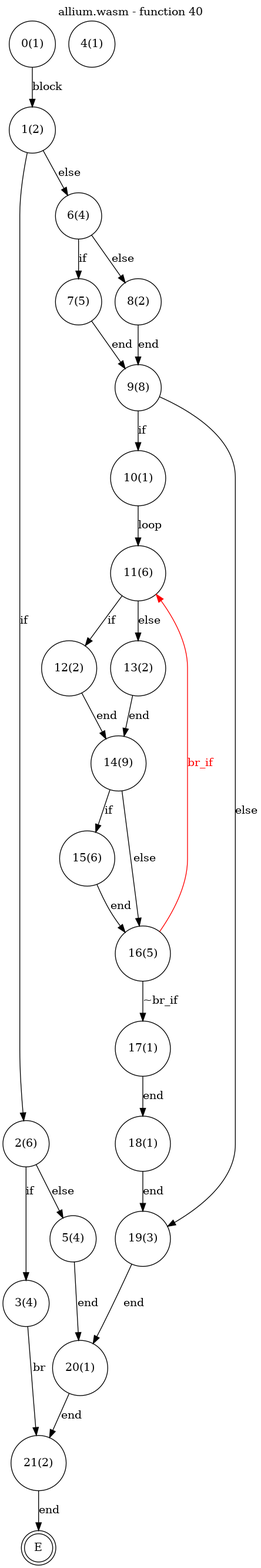
This is test_cases/allium/funcs/allium-func40.png from jsCarleton/wanalyze, a Graphviz export, as it was before one commit. Its source is kept beside it as test_cases/allium/funcs/allium-func40.dot.
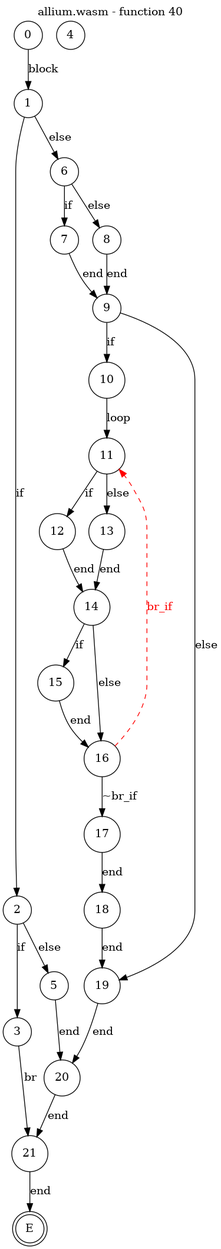
After the commit.

Change to the diagram source:
```diff
@@ -5,28 +5,28 @@
     labelfontcolor = black
     labelfontname = "Helvetica"
     node [shape = doublecircle]; E ;
-node [shape=circle, fontcolor=black, style="", label="0(1)"]0
-node [shape=circle, fontcolor=black, style="", label="1(2)"]1
-node [shape=circle, fontcolor=black, style="", label="2(6)"]2
-node [shape=circle, fontcolor=black, style="", label="3(4)"]3
-node [shape=circle, fontcolor=black, style="", label="4(1)"]4
-node [shape=circle, fontcolor=black, style="", label="5(4)"]5
-node [shape=circle, fontcolor=black, style="", label="6(4)"]6
-node [shape=circle, fontcolor=black, style="", label="7(5)"]7
-node [shape=circle, fontcolor=black, style="", label="8(2)"]8
-node [shape=circle, fontcolor=black, style="", label="9(8)"]9
-node [shape=circle, fontcolor=black, style="", label="10(1)"]10
-node [shape=circle, fontcolor=black, style="", label="11(6)"]11
-node [shape=circle, fontcolor=black, style="", label="12(2)"]12
-node [shape=circle, fontcolor=black, style="", label="13(2)"]13
-node [shape=circle, fontcolor=black, style="", label="14(9)"]14
-node [shape=circle, fontcolor=black, style="", label="15(6)"]15
-node [shape=circle, fontcolor=black, style="", label="16(5)"]16
-node [shape=circle, fontcolor=black, style="", label="17(1)"]17
-node [shape=circle, fontcolor=black, style="", label="18(1)"]18
-node [shape=circle, fontcolor=black, style="", label="19(3)"]19
-node [shape=circle, fontcolor=black, style="", label="20(1)"]20
-node [shape=circle, fontcolor=black, style="", label="21(2)"]21
+node [shape=circle, fontcolor=black, style="", label="0"]0
+node [shape=circle, fontcolor=black, style="", label="1"]1
+node [shape=circle, fontcolor=black, style="", label="2"]2
+node [shape=circle, fontcolor=black, style="", label="3"]3
+node [shape=circle, fontcolor=black, style="", label="4"]4
+node [shape=circle, fontcolor=black, style="", label="5"]5
+node [shape=circle, fontcolor=black, style="", label="6"]6
+node [shape=circle, fontcolor=black, style="", label="7"]7
+node [shape=circle, fontcolor=black, style="", label="8"]8
+node [shape=circle, fontcolor=black, style="", label="9"]9
+node [shape=circle, fontcolor=black, style="", label="10"]10
+node [shape=circle, fontcolor=black, style="", label="11"]11
+node [shape=circle, fontcolor=black, style="", label="12"]12
+node [shape=circle, fontcolor=black, style="", label="13"]13
+node [shape=circle, fontcolor=black, style="", label="14"]14
+node [shape=circle, fontcolor=black, style="", label="15"]15
+node [shape=circle, fontcolor=black, style="", label="16"]16
+node [shape=circle, fontcolor=black, style="", label="17"]17
+node [shape=circle, fontcolor=black, style="", label="18"]18
+node [shape=circle, fontcolor=black, style="", label="19"]19
+node [shape=circle, fontcolor=black, style="", label="20"]20
+node [shape=circle, fontcolor=black, style="", label="21"]21
 node [shape=circle, fontcolor=black, style="", label="E"]E
     0 -> 1[label="block"];
     1 -> 2[label="if"];
@@ -50,7 +50,7 @@
     14 -> 16[label="else"];
     15 -> 16[label="end"];
     16 -> 17[label="~br_if"];
-    16 -> 11[color="red" fontcolor="red" label="br_if"];
+    16 -> 11[style="dashed" color="red" fontcolor="red" label="br_if"];
     17 -> 18[label="end"];
     18 -> 19[label="end"];
     19 -> 20[label="end"];
```
